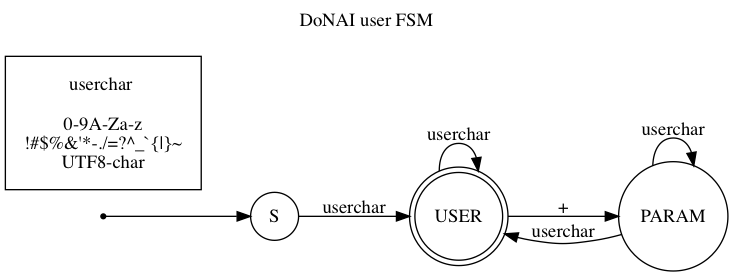
arpa2/libarpa2service keeps this Graphviz diagram as doc/design/donaiuserfsm.png. Above is the earlier version. Its source is kept beside it as doc/design/donaiuserfsm.gv.
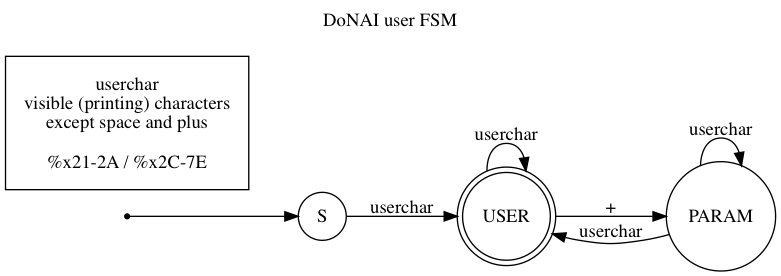
The same file after the commit.

The edit, as a diff of the source:
```diff
@@ -16,7 +16,7 @@
 		PARAM	-> USER [ label = "userchar" ];
 
 	node[ shape=box, margin="0.2,0.2" ];
-		userchar[ label = "userchar \n\n0-9A-Za-z\n!#$%&'*-./=?^_`{|}~\nUTF8-char" ];
+		userchar[ label = "userchar\nvisible (printing) characters\nexcept space and plus\n\n%x21-2A / %x2C-7E" ];
 
 	labelloc="t";
 	label="DoNAI user FSM\n\n";
```
